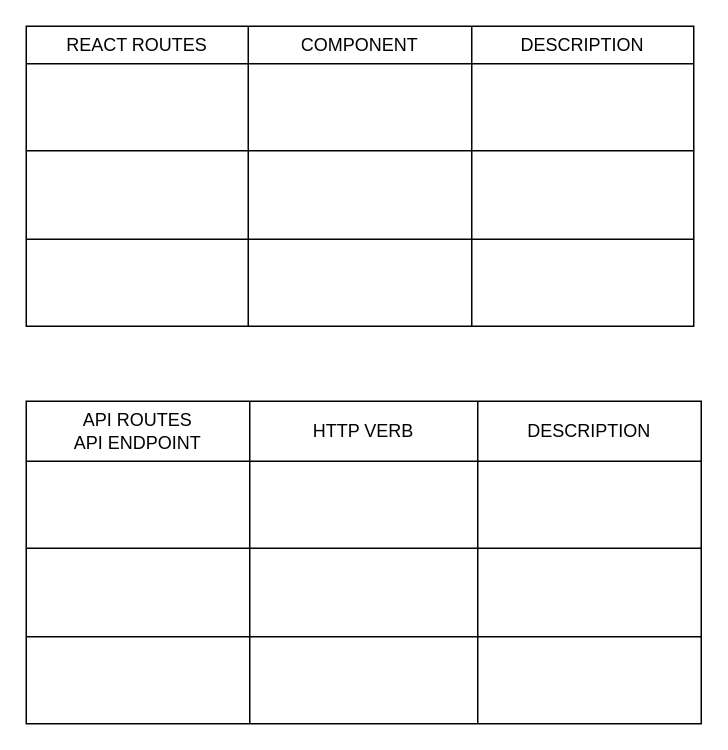
scmh001/fullstack-project keeps this draw.io diagram as planning/apiroutes.drawio. Above is the earlier version. Source tidied: cells renumbered, new cells numbered last; positions are measured from the earlier drawing's top-left corner, leaving out a move shared by most shapes. Both pictures are drawn from the tidied source at 150%, with x=0, y=0 at pixel (26, 26).
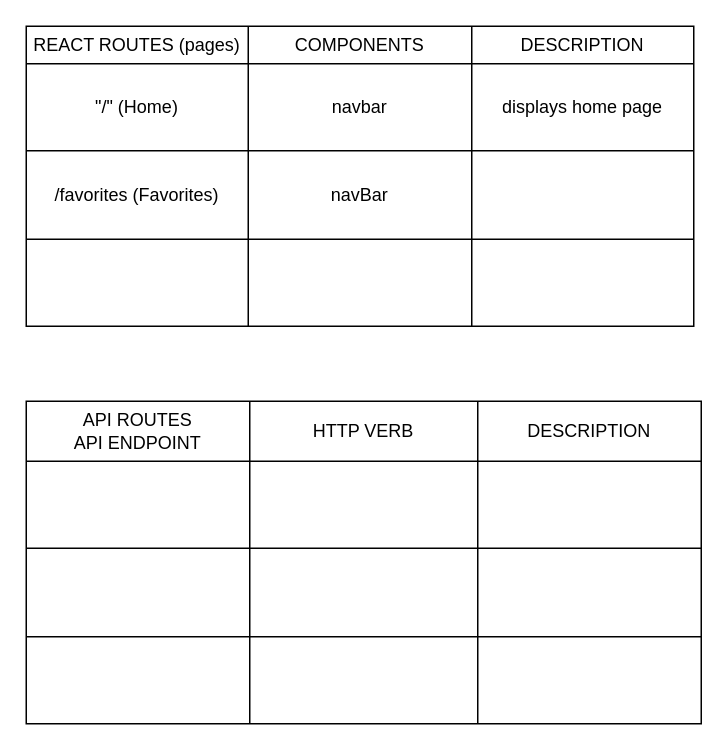
The same page after the edit.

Unchanged cells that the change refers to:
```xml
<mxCell id="3" style="shape=tableRow;horizontal=0;startSize=0;swimlaneHead=0;swimlaneBody=0;top=0;left=0;bottom=0;right=0;fillColor=none;" parent="2" vertex="1">
  <mxGeometry width="445" height="25" as="geometry" />
</mxCell>
<mxCell id="7" style="shape=tableRow;horizontal=0;startSize=0;swimlaneHead=0;swimlaneBody=0;top=0;left=0;bottom=0;right=0;fillColor=none;" parent="2" vertex="1">
  <mxGeometry y="25" width="445" height="58" as="geometry" />
</mxCell>
<mxCell id="11" style="shape=tableRow;horizontal=0;startSize=0;swimlaneHead=0;swimlaneBody=0;top=0;left=0;bottom=0;right=0;fillColor=none;" parent="2" vertex="1">
  <mxGeometry y="83" width="445" height="59" as="geometry" />
</mxCell>
```

The edit, as a diff of the source:
```diff
@@
-    <mxCell id="4" value="REACT ROUTES" style="shape=partialRectangle;html=1;whiteSpace=wrap;fillColor=none;top=0;left=0;bottom=0;right=0;overflow=hidden;" parent="3" vertex="1">
+    <mxCell id="4" value="REACT ROUTES (pages)" style="shape=partialRectangle;html=1;whiteSpace=wrap;fillColor=none;top=0;left=0;bottom=0;right=0;overflow=hidden;" parent="3" vertex="1">
       <mxGeometry width="148" height="25" as="geometry" />
     </mxCell>
-    <mxCell id="5" value="COMPONENT" style="shape=partialRectangle;html=1;whiteSpace=wrap;fillColor=none;top=0;left=0;bottom=0;right=0;overflow=hidden;" parent="3" vertex="1">
+    <mxCell id="5" value="COMPONENTS" style="shape=partialRectangle;html=1;whiteSpace=wrap;fillColor=none;top=0;left=0;bottom=0;right=0;overflow=hidden;" parent="3" vertex="1">
       <mxGeometry x="148" width="149" height="25" as="geometry" />
     </mxCell>
@@
-    <mxCell id="8" style="shape=partialRectangle;html=1;whiteSpace=wrap;fillColor=none;top=0;left=0;bottom=0;right=0;overflow=hidden;" parent="7" vertex="1">
+    <mxCell id="8" value="&quot;/&quot; (Home)" style="shape=partialRectangle;html=1;whiteSpace=wrap;fillColor=none;top=0;left=0;bottom=0;right=0;overflow=hidden;" parent="7" vertex="1">
       <mxGeometry width="148" height="58" as="geometry" />
     </mxCell>
-    <mxCell id="9" style="shape=partialRectangle;html=1;whiteSpace=wrap;fillColor=none;top=0;left=0;bottom=0;right=0;overflow=hidden;" parent="7" vertex="1">
+    <mxCell id="9" value="navbar" style="shape=partialRectangle;html=1;whiteSpace=wrap;fillColor=none;top=0;left=0;bottom=0;right=0;overflow=hidden;" parent="7" vertex="1">
       <mxGeometry x="148" width="149" height="58" as="geometry" />
     </mxCell>
-    <mxCell id="10" style="shape=partialRectangle;html=1;whiteSpace=wrap;fillColor=none;top=0;left=0;bottom=0;right=0;overflow=hidden;" parent="7" vertex="1">
+    <mxCell id="10" value="displays home page" style="shape=partialRectangle;html=1;whiteSpace=wrap;fillColor=none;top=0;left=0;bottom=0;right=0;overflow=hidden;" parent="7" vertex="1">
       <mxGeometry x="297" width="148" height="58" as="geometry" />
     </mxCell>
@@
-    <mxCell id="12" style="shape=partialRectangle;html=1;whiteSpace=wrap;fillColor=none;top=0;left=0;bottom=0;right=0;overflow=hidden;" parent="11" vertex="1">
+    <mxCell id="12" value="/favorites (Favorites)" style="shape=partialRectangle;html=1;whiteSpace=wrap;fillColor=none;top=0;left=0;bottom=0;right=0;overflow=hidden;" parent="11" vertex="1">
       <mxGeometry width="148" height="59" as="geometry" />
     </mxCell>
-    <mxCell id="13" style="shape=partialRectangle;html=1;whiteSpace=wrap;fillColor=none;top=0;left=0;bottom=0;right=0;overflow=hidden;" parent="11" vertex="1">
+    <mxCell id="13" value="navBar" style="shape=partialRectangle;html=1;whiteSpace=wrap;fillColor=none;top=0;left=0;bottom=0;right=0;overflow=hidden;" parent="11" vertex="1">
       <mxGeometry x="148" width="149" height="59" as="geometry" />
     </mxCell>
```
